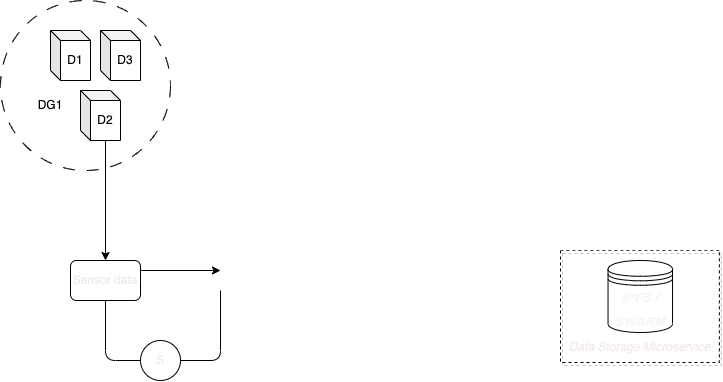
This is riot.drawio.png from Joeshibha/riot_arch, a draw.io export, as it was before one commit. Source tidied: cells renumbered, new cells last; positions are measured from the earlier drawing's top-left corner, leaving out a move shared by most shapes.
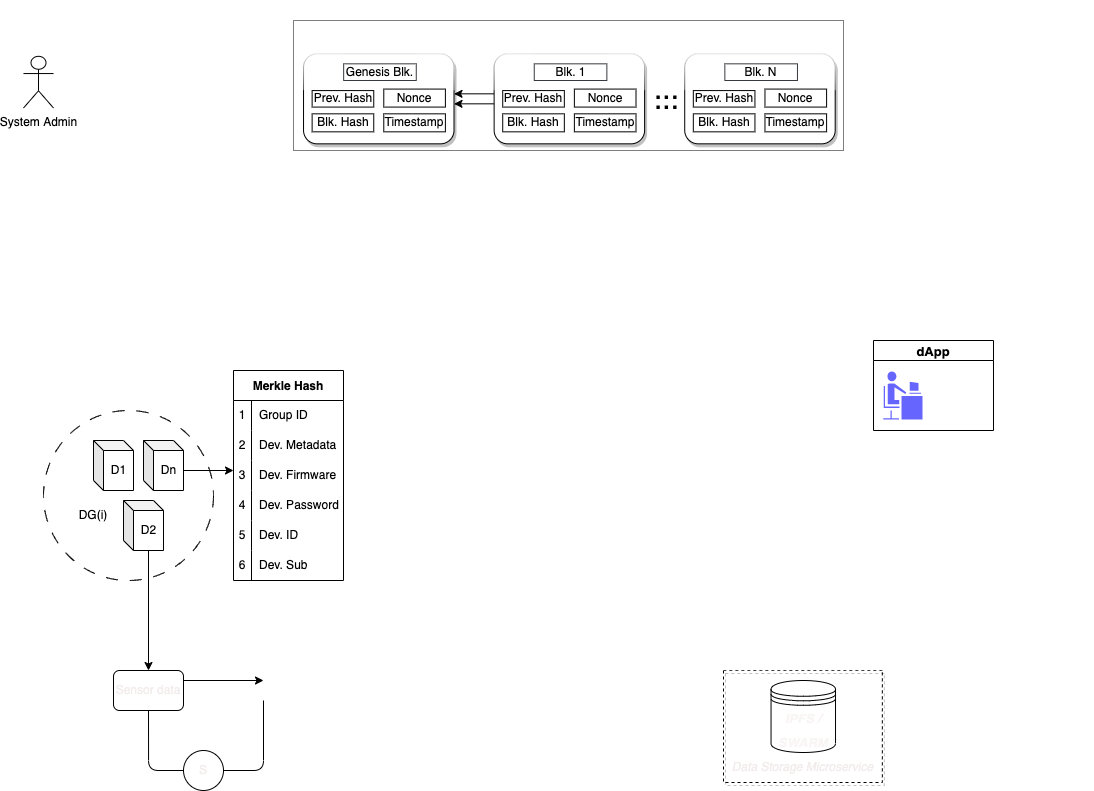
The same file after the commit.

Change to the diagram source:
```diff
@@ -16,14 +16,19 @@
     <mxCell id="5" value="D2" style="shape=cube;whiteSpace=wrap;html=1;boundedLbl=1;backgroundOutline=1;darkOpacity=0.05;darkOpacity2=0.1;size=10;fillColor=none;" parent="1" vertex="1">
       <mxGeometry x="80" y="90" width="40" height="50" as="geometry" />
     </mxCell>
+    <mxCell id="16" style="edgeStyle=none;html=1;exitX=0;exitY=0;exitDx=40;exitDy=30;exitPerimeter=0;" parent="1" edge="1" source="6">
+      <mxGeometry relative="1" as="geometry">
+        <mxPoint x="190" y="60" as="targetPoint" />
+      </mxGeometry>
+    </mxCell>
-    <mxCell id="6" value="D3" style="shape=cube;whiteSpace=wrap;html=1;boundedLbl=1;backgroundOutline=1;darkOpacity=0.05;darkOpacity2=0.1;size=10;fillColor=none;" parent="1" vertex="1">
+    <mxCell id="6" value="Dn" style="shape=cube;whiteSpace=wrap;html=1;boundedLbl=1;backgroundOutline=1;darkOpacity=0.05;darkOpacity2=0.1;size=10;fillColor=none;" parent="1" vertex="1">
       <mxGeometry x="100" y="30" width="40" height="50" as="geometry" />
     </mxCell>
-    <mxCell id="7" value="DG1" style="text;html=1;strokeColor=none;fillColor=none;align=center;verticalAlign=middle;whiteSpace=wrap;rounded=0;dashed=1;dashPattern=12 12;sketch=0;" parent="1" vertex="1">
+    <mxCell id="7" value="DG(i)" style="text;html=1;strokeColor=none;fillColor=none;align=center;verticalAlign=middle;whiteSpace=wrap;rounded=0;dashed=1;dashPattern=12 12;sketch=0;" parent="1" vertex="1">
       <mxGeometry x="20" y="90" width="60" height="30" as="geometry" />
     </mxCell>
     <mxCell id="8" style="swimlane;startSize=0;rounded=1;shadow=1;glass=1;labelBackgroundColor=#FFFFFF;sketch=0;strokeColor=default;fontSize=12;fontColor=#000000;fillColor=none;dashed=1;" parent="1" vertex="1">
-      <mxGeometry x="560" y="250" width="158.8" height="112" as="geometry" />
+      <mxGeometry x="680" y="260" width="158.8" height="112" as="geometry" />
     </mxCell>
     <mxCell id="9" value="&lt;i&gt;&lt;font color=&quot;#f3ecec&quot; style=&quot;font-size: 12px;&quot;&gt;Data Storage Microservice&lt;/font&gt;&lt;/i&gt;" style="text;html=1;align=center;verticalAlign=middle;strokeColor=none;fillColor=none;fontSize=12;fontColor=#000000;" parent="8" vertex="1">
       <mxGeometry x="-1.2" y="82" width="160" height="30" as="geometry" />
@@ -54,5 +59,227 @@
     <mxCell id="15" value="S" style="ellipse;whiteSpace=wrap;html=1;sketch=0;fillStyle=auto;fontColor=#f3ecec;fillColor=none;" parent="1" vertex="1">
       <mxGeometry x="140" y="340" width="40" height="40" as="geometry" />
     </mxCell>
+    <mxCell id="17" value="Merkle Hash" style="shape=table;startSize=30;rowLines=0;fontStyle=1;" parent="1" vertex="1">
+      <mxGeometry x="190" y="-40" width="110" height="210" as="geometry" />
+    </mxCell>
+    <mxCell id="18" style="shape=tableRow;horizontal=0;startSize=0;swimlaneHead=0;swimlaneBody=0;top=0;left=0;bottom=0;right=0;fillColor=none;" parent="17" vertex="1">
+      <mxGeometry y="30" width="110" height="30" as="geometry" />
+    </mxCell>
+    <mxCell id="19" value="1" style="shape=partialRectangle;html=1;whiteSpace=wrap;fillColor=none;top=0;left=0;bottom=0;right=0;overflow=hidden;" parent="18" vertex="1">
+      <mxGeometry width="18" height="30" as="geometry" />
+    </mxCell>
+    <mxCell id="20" value="Group ID" style="shape=partialRectangle;html=1;whiteSpace=wrap;fillColor=none;top=0;left=0;bottom=0;right=0;align=left;spacingLeft=6;overflow=hidden;" parent="18" vertex="1">
+      <mxGeometry x="18" width="92" height="30" as="geometry" />
+    </mxCell>
+    <mxCell id="21" style="shape=tableRow;horizontal=0;startSize=0;swimlaneHead=0;swimlaneBody=0;top=0;left=0;bottom=0;right=0;fillColor=none;" parent="17" vertex="1">
+      <mxGeometry y="60" width="110" height="30" as="geometry" />
+    </mxCell>
+    <mxCell id="22" value="2" style="shape=partialRectangle;html=1;whiteSpace=wrap;fillColor=none;top=0;left=0;bottom=0;right=0;overflow=hidden;" parent="21" vertex="1">
+      <mxGeometry width="18" height="30" as="geometry" />
+    </mxCell>
+    <mxCell id="23" value="Dev. Metadata" style="shape=partialRectangle;html=1;whiteSpace=wrap;fillColor=none;top=0;left=0;bottom=0;right=0;align=left;spacingLeft=6;overflow=hidden;" parent="21" vertex="1">
+      <mxGeometry x="18" width="92" height="30" as="geometry" />
+    </mxCell>
+    <mxCell id="24" style="shape=tableRow;horizontal=0;startSize=0;swimlaneHead=0;swimlaneBody=0;top=0;left=0;bottom=0;right=0;fillColor=none;" parent="17" vertex="1">
+      <mxGeometry y="90" width="110" height="30" as="geometry" />
+    </mxCell>
+    <mxCell id="25" value="3" style="shape=partialRectangle;html=1;whiteSpace=wrap;fillColor=none;top=0;left=0;bottom=0;right=0;overflow=hidden;" parent="24" vertex="1">
+      <mxGeometry width="18" height="30" as="geometry" />
+    </mxCell>
+    <mxCell id="26" value="Dev. Firmware" style="shape=partialRectangle;html=1;whiteSpace=wrap;fillColor=none;top=0;left=0;bottom=0;right=0;align=left;spacingLeft=6;overflow=hidden;" parent="24" vertex="1">
+      <mxGeometry x="18" width="92" height="30" as="geometry" />
+    </mxCell>
+    <mxCell id="27" style="shape=tableRow;horizontal=0;startSize=0;swimlaneHead=0;swimlaneBody=0;top=0;left=0;bottom=0;right=0;fillColor=none;" parent="17" vertex="1">
+      <mxGeometry y="120" width="110" height="30" as="geometry" />
+    </mxCell>
+    <mxCell id="28" value="4" style="shape=partialRectangle;html=1;whiteSpace=wrap;fillColor=none;top=0;left=0;bottom=0;right=0;overflow=hidden;" parent="27" vertex="1">
+      <mxGeometry width="18" height="30" as="geometry" />
+    </mxCell>
+    <mxCell id="29" value="Dev. Password" style="shape=partialRectangle;html=1;whiteSpace=wrap;fillColor=none;top=0;left=0;bottom=0;right=0;align=left;spacingLeft=6;overflow=hidden;" parent="27" vertex="1">
+      <mxGeometry x="18" width="92" height="30" as="geometry" />
+    </mxCell>
+    <mxCell id="30" style="shape=tableRow;horizontal=0;startSize=0;swimlaneHead=0;swimlaneBody=0;top=0;left=0;bottom=0;right=0;fillColor=none;" parent="17" vertex="1">
+      <mxGeometry y="150" width="110" height="30" as="geometry" />
+    </mxCell>
+    <mxCell id="31" value="5" style="shape=partialRectangle;html=1;whiteSpace=wrap;fillColor=none;top=0;left=0;bottom=0;right=0;overflow=hidden;" parent="30" vertex="1">
+      <mxGeometry width="18" height="30" as="geometry" />
+    </mxCell>
+    <mxCell id="32" value="Dev. ID" style="shape=partialRectangle;html=1;whiteSpace=wrap;fillColor=none;top=0;left=0;bottom=0;right=0;align=left;spacingLeft=6;overflow=hidden;" parent="30" vertex="1">
+      <mxGeometry x="18" width="92" height="30" as="geometry" />
+    </mxCell>
+    <mxCell id="33" style="shape=tableRow;horizontal=0;startSize=0;swimlaneHead=0;swimlaneBody=0;top=0;left=0;bottom=0;right=0;fillColor=none;" parent="17" vertex="1">
+      <mxGeometry y="180" width="110" height="30" as="geometry" />
+    </mxCell>
+    <mxCell id="34" value="6" style="shape=partialRectangle;html=1;whiteSpace=wrap;fillColor=none;top=0;left=0;bottom=0;right=0;overflow=hidden;" parent="33" vertex="1">
+      <mxGeometry width="18" height="30" as="geometry" />
+    </mxCell>
+    <mxCell id="35" value="Dev. Sub" style="shape=partialRectangle;html=1;whiteSpace=wrap;fillColor=none;top=0;left=0;bottom=0;right=0;align=left;spacingLeft=6;overflow=hidden;" parent="33" vertex="1">
+      <mxGeometry x="18" width="92" height="30" as="geometry" />
+    </mxCell>
+    <mxCell id="36" style="edgeStyle=none;html=1;strokeColor=#FFFFFF;fontColor=#000000;" parent="1" edge="1" source="37">
+      <mxGeometry relative="1" as="geometry">
+        <mxPoint x="250" y="-328" as="targetPoint" />
+      </mxGeometry>
+    </mxCell>
+    <mxCell id="37" value="System Admin" style="shape=umlActor;verticalLabelPosition=bottom;verticalAlign=top;html=1;outlineConnect=0;" parent="1" vertex="1">
+      <mxGeometry x="-20" y="-354.2" width="30" height="51.7" as="geometry" />
+    </mxCell>
+    <mxCell id="38" style="group;fillColor=none;fontColor=default;" parent="1" vertex="1">
+      <mxGeometry x="250" y="-410" width="570" height="163.3" as="geometry" />
+    </mxCell>
+    <mxCell id="39" value="Timestamp" style="rounded=0;whiteSpace=wrap;html=1;" parent="38" vertex="1">
+      <mxGeometry x="471.5" y="63.3" width="61.6" height="18" as="geometry" />
+    </mxCell>
+    <mxCell id="40" value="Blk. Hash" style="rounded=0;whiteSpace=wrap;html=1;" parent="38" vertex="1">
+      <mxGeometry x="399.8" y="63.3" width="61.6" height="18" as="geometry" />
+    </mxCell>
+    <mxCell id="41" style="edgeStyle=orthogonalEdgeStyle;rounded=0;orthogonalLoop=1;jettySize=auto;html=1;startArrow=none;startFill=0;endArrow=classic;endFill=1;" parent="38" edge="1">
+      <mxGeometry relative="1" as="geometry">
+        <mxPoint x="200.6" y="93.3" as="sourcePoint" />
+        <mxPoint x="160.5" y="93.3" as="targetPoint" />
+        <Array as="points">
+          <mxPoint x="190.6" y="93.3" />
+          <mxPoint x="190.6" y="93.3" />
+        </Array>
+      </mxGeometry>
+    </mxCell>
+    <mxCell id="42" value="&lt;font style=&quot;font-size: 30px;&quot;&gt;...&lt;/font&gt;" style="text;html=1;strokeColor=none;fillColor=none;align=center;verticalAlign=middle;whiteSpace=wrap;rounded=0;fillStyle=solid;" parent="38" vertex="1">
+      <mxGeometry x="341.1" y="73.3" width="65.2" height="30" as="geometry" />
+    </mxCell>
+    <mxCell id="43" style="group;" parent="38" vertex="1">
+      <mxGeometry x="185.6" y="31.3" width="150.5" height="90" as="geometry" />
+    </mxCell>
+    <mxCell id="44" value="Prev. Hash" style="rounded=0;whiteSpace=wrap;html=1;" parent="38" vertex="1">
+      <mxGeometry x="209.2" y="80.1" width="61.6" height="16.5" as="geometry" />
+    </mxCell>
+    <mxCell id="45" value="Timestamp" style="rounded=0;whiteSpace=wrap;html=1;" parent="38" vertex="1">
+      <mxGeometry x="280.9" y="103.3" width="61.6" height="18" as="geometry" />
+    </mxCell>
+    <mxCell id="46" style="edgeStyle=orthogonalEdgeStyle;rounded=0;orthogonalLoop=1;jettySize=auto;html=1;startArrow=none;startFill=0;endArrow=classic;endFill=1;fontColor=#000000;strokeColor=#000000;" parent="38" edge="1">
+      <mxGeometry relative="1" as="geometry">
+        <mxPoint x="200.6" y="103.3" as="sourcePoint" />
+        <mxPoint x="160.5" y="103.3" as="targetPoint" />
+        <Array as="points">
+          <mxPoint x="190.6" y="103.3" />
+          <mxPoint x="190.6" y="103.3" />
+        </Array>
+      </mxGeometry>
+    </mxCell>
+    <mxCell id="47" value="Blk. 1" style="text;html=1;strokeColor=#36393d;fillColor=#FFFFFF;align=center;verticalAlign=middle;whiteSpace=wrap;rounded=0;" parent="38" vertex="1">
+      <mxGeometry x="240.8" y="53.3" width="72.6" height="16.7" as="geometry" />
+    </mxCell>
+    <mxCell id="48" value="Nonce" style="rounded=0;whiteSpace=wrap;html=1;" parent="38" vertex="1">
+      <mxGeometry x="280.9" y="78.6" width="61.6" height="18" as="geometry" />
+    </mxCell>
+    <mxCell id="49" value="Blk. Hash" style="rounded=0;whiteSpace=wrap;html=1;" parent="38" vertex="1">
+      <mxGeometry x="209.2" y="103.3" width="61.6" height="18" as="geometry" />
+    </mxCell>
+    <mxCell id="50" value="Prev. Hash" style="rounded=0;whiteSpace=wrap;html=1;" parent="38" vertex="1">
+      <mxGeometry x="18.6" y="80.1" width="61.6" height="16.5" as="geometry" />
+    </mxCell>
+    <mxCell id="51" value="Timestamp" style="rounded=0;whiteSpace=wrap;html=1;" parent="38" vertex="1">
+      <mxGeometry x="90.3" y="103.3" width="61.6" height="18" as="geometry" />
+    </mxCell>
+    <mxCell id="52" value="Genesis Blk." style="text;html=1;strokeColor=#36393d;fillColor=#FFFFFF;align=center;verticalAlign=middle;whiteSpace=wrap;rounded=0;" parent="38" vertex="1">
+      <mxGeometry x="50.2" y="53.3" width="72.6" height="16.7" as="geometry" />
+    </mxCell>
+    <mxCell id="53" value="Nonce" style="rounded=0;whiteSpace=wrap;html=1;" parent="38" vertex="1">
+      <mxGeometry x="90.3" y="78.6" width="61.6" height="18" as="geometry" />
+    </mxCell>
+    <mxCell id="54" value="Blk. Hash" style="rounded=0;whiteSpace=wrap;html=1;" parent="38" vertex="1">
+      <mxGeometry x="18.6" y="103.3" width="61.6" height="18" as="geometry" />
+    </mxCell>
+    <mxCell id="55" value="&lt;font style=&quot;font-size: 30px;&quot;&gt;...&lt;/font&gt;" style="text;html=1;strokeColor=none;fillColor=none;align=center;verticalAlign=middle;whiteSpace=wrap;rounded=0;fillStyle=solid;fontColor=#000000;" parent="38" vertex="1">
+      <mxGeometry x="341.1" y="83.3" width="65.2" height="30" as="geometry" />
+    </mxCell>
+    <mxCell id="56" style="group;fillColor=none;" parent="38" vertex="1">
+      <mxGeometry x="190.6" y="41.3" width="145.5" height="90" as="geometry" />
+    </mxCell>
+    <mxCell id="57" style="group;fillColor=default;strokeColor=default;rounded=1;glass=1;shadow=1;sketch=0;" parent="38" vertex="1">
+      <mxGeometry x="200.6" y="53.3" width="150.5" height="90" as="geometry" />
+    </mxCell>
+    <mxCell id="58" value="Prev. Hash" style="rounded=0;whiteSpace=wrap;html=1;" parent="38" vertex="1">
+      <mxGeometry x="209.2" y="90.1" width="61.6" height="16.5" as="geometry" />
+    </mxCell>
+    <mxCell id="59" value="Timestamp" style="rounded=0;whiteSpace=wrap;html=1;" parent="38" vertex="1">
+      <mxGeometry x="280.9" y="113.3" width="61.6" height="18" as="geometry" />
+    </mxCell>
+    <mxCell id="60" value="Blk. 1" style="text;html=1;strokeColor=#36393d;fillColor=none;align=center;verticalAlign=middle;whiteSpace=wrap;rounded=0;fontColor=#000000;" parent="38" vertex="1">
+      <mxGeometry x="240.8" y="63.3" width="72.6" height="16.7" as="geometry" />
+    </mxCell>
+    <mxCell id="61" value="Nonce" style="rounded=0;whiteSpace=wrap;html=1;" parent="38" vertex="1">
+      <mxGeometry x="280.9" y="88.6" width="61.6" height="18" as="geometry" />
+    </mxCell>
+    <mxCell id="62" value="Blk. Hash" style="rounded=0;whiteSpace=wrap;html=1;" parent="38" vertex="1">
+      <mxGeometry x="209.2" y="113.3" width="61.6" height="18" as="geometry" />
+    </mxCell>
+    <mxCell id="63" style="group;fillColor=default;strokeColor=default;rounded=1;glass=1;shadow=1;sketch=0;" parent="38" vertex="1">
+      <mxGeometry x="10" y="53.3" width="150.5" height="90" as="geometry" />
+    </mxCell>
+    <mxCell id="64" value="Prev. Hash" style="rounded=0;whiteSpace=wrap;html=1;" parent="38" vertex="1">
+      <mxGeometry x="18.6" y="90.1" width="61.6" height="16.5" as="geometry" />
+    </mxCell>
+    <mxCell id="65" value="Timestamp" style="rounded=0;whiteSpace=wrap;html=1;" parent="38" vertex="1">
+      <mxGeometry x="90.3" y="113.3" width="61.6" height="18" as="geometry" />
+    </mxCell>
+    <mxCell id="66" value="&lt;font color=&quot;#000000&quot;&gt;Genesis Blk.&lt;/font&gt;" style="text;html=1;strokeColor=#36393d;fillColor=none;align=center;verticalAlign=middle;whiteSpace=wrap;rounded=0;" parent="38" vertex="1">
+      <mxGeometry x="50.2" y="63.3" width="72.6" height="16.7" as="geometry" />
+    </mxCell>
+    <mxCell id="67" value="Nonce" style="rounded=0;whiteSpace=wrap;html=1;" parent="38" vertex="1">
+      <mxGeometry x="90.3" y="88.6" width="61.6" height="18" as="geometry" />
+    </mxCell>
+    <mxCell id="68" value="Blk. Hash" style="rounded=0;whiteSpace=wrap;html=1;" parent="38" vertex="1">
+      <mxGeometry x="18.6" y="113.3" width="61.6" height="18" as="geometry" />
+    </mxCell>
+    <mxCell id="69" style="group;fillColor=default;strokeColor=default;rounded=1;glass=1;shadow=1;sketch=0;" parent="38" vertex="1">
+      <mxGeometry x="391.2" y="53.3" width="150.5" height="90" as="geometry" />
+    </mxCell>
+    <mxCell id="70" value="Prev. Hash" style="rounded=0;whiteSpace=wrap;html=1;" parent="38" vertex="1">
+      <mxGeometry x="399.8" y="90.1" width="61.6" height="16.5" as="geometry" />
+    </mxCell>
+    <mxCell id="71" value="Timestamp" style="rounded=0;whiteSpace=wrap;html=1;" parent="38" vertex="1">
+      <mxGeometry x="471.5" y="113.3" width="61.6" height="18" as="geometry" />
+    </mxCell>
+    <mxCell id="72" value="Blk. N" style="text;html=1;strokeColor=#36393d;fillColor=none;align=center;verticalAlign=middle;whiteSpace=wrap;rounded=0;fontColor=#000000;" parent="38" vertex="1">
+      <mxGeometry x="431.3" y="63.3" width="72.6" height="16.7" as="geometry" />
+    </mxCell>
+    <mxCell id="73" value="Nonce" style="rounded=0;whiteSpace=wrap;html=1;" parent="38" vertex="1">
+      <mxGeometry x="471.5" y="88.6" width="61.6" height="18" as="geometry" />
+    </mxCell>
+    <mxCell id="74" value="Blk. Hash" style="rounded=0;whiteSpace=wrap;html=1;" parent="38" vertex="1">
+      <mxGeometry x="399.8" y="113.3" width="61.6" height="18" as="geometry" />
+    </mxCell>
+    <mxCell id="75" value="&lt;font color=&quot;#ffffff&quot;&gt;Set Token Ingredients on Chain&lt;/font&gt;" style="text;html=1;align=center;verticalAlign=middle;strokeColor=none;fillColor=none;fontColor=#000000;" parent="1" vertex="1">
+      <mxGeometry x="25" y="-360" width="190" height="30" as="geometry" />
+    </mxCell>
+    <mxCell id="76" style="edgeStyle=orthogonalEdgeStyle;html=1;exitX=1;exitY=0.5;exitDx=0;exitDy=0;strokeColor=#FFFFFF;fontColor=#FFFFFF;startArrow=classic;startFill=1;endArrow=none;endFill=0;" parent="1" edge="1" source="78">
+      <mxGeometry relative="1" as="geometry">
+        <mxPoint x="888" y="-70" as="targetPoint" />
+      </mxGeometry>
+    </mxCell>
+    <mxCell id="77" style="edgeStyle=orthogonalEdgeStyle;html=1;exitX=-0.007;exitY=0.651;exitDx=0;exitDy=0;strokeColor=#FFFFFF;fontColor=#FFFFFF;startArrow=none;startFill=0;endArrow=classic;endFill=1;exitPerimeter=0;entryX=0.471;entryY=0;entryDx=0;entryDy=0;entryPerimeter=0;" parent="1" edge="1" source="78" target="2">
+      <mxGeometry relative="1" as="geometry" />
+    </mxCell>
+    <mxCell id="78" style="rounded=0;whiteSpace=wrap;html=1;labelBackgroundColor=none;fillStyle=dots;fontColor=#FFFFFF;fillColor=none;dashed=1;dashPattern=1 1;" parent="1" vertex="1">
+      <mxGeometry x="250" y="-390" width="550" height="130" as="geometry" />
+    </mxCell>
+    <mxCell id="79" value="Blockchain" style="text;html=1;strokeColor=none;fillColor=none;align=center;verticalAlign=middle;whiteSpace=wrap;rounded=0;dashed=1;dashPattern=1 1;labelBackgroundColor=none;fillStyle=dots;fontColor=#FFFFFF;" parent="1" vertex="1">
+      <mxGeometry x="263" y="-387" width="60" height="30" as="geometry" />
+    </mxCell>
+    <mxCell id="80" value="dApp" style="swimlane;fillStyle=solid;strokeColor=default;fontSize=13;fontColor=#000000;fillColor=#FFFFFF;gradientColor=none;startSize=20;" parent="1" vertex="1">
+      <mxGeometry x="830" y="-70" width="120" height="90" as="geometry" />
+    </mxCell>
+    <mxCell id="81" value="Authenticate and receive&lt;br&gt;&amp;nbsp;authorized RIoT Token" style="text;html=1;align=center;verticalAlign=middle;strokeColor=none;fillColor=none;fontColor=#FFFFFF;" parent="1" vertex="1">
+      <mxGeometry x="890" y="-210" width="160" height="40" as="geometry" />
+    </mxCell>
+    <mxCell id="82" value="&lt;font style=&quot;font-size: 12px;&quot;&gt;&lt;br&gt;&lt;/font&gt;" style="text;html=1;strokeColor=none;fillColor=none;align=center;verticalAlign=middle;whiteSpace=wrap;rounded=0;fillStyle=solid;fontSize=22;fontColor=#FF0000;" parent="1" vertex="1">
+      <mxGeometry x="833.9" y="-50" width="116.1" height="70" as="geometry" />
+    </mxCell>
+    <mxCell id="83" style="shape=mxgraph.cisco.people.androgenous_person;sketch=0;html=1;dashed=0;fillColor=#6666FF;strokeColor=#ffffff;strokeWidth=2;verticalLabelPosition=bottom;verticalAlign=top;align=center;fillStyle=solid;fontSize=22;fontColor=#000000;" parent="1" vertex="1">
+      <mxGeometry x="838.9" y="-40" width="41.1" height="50" as="geometry" />
+    </mxCell>
+    <mxCell id="84" value="Sign In" style="text;html=1;strokeColor=none;fillColor=none;align=center;verticalAlign=middle;whiteSpace=wrap;rounded=0;dashed=1;dashPattern=1 1;labelBackgroundColor=none;fillStyle=dots;fontColor=#FFFFFF;" parent="1" vertex="1">
+      <mxGeometry x="880" y="-35" width="60" height="40" as="geometry" />
+    </mxCell>
   </root>
 </mxGraphModel>
```
